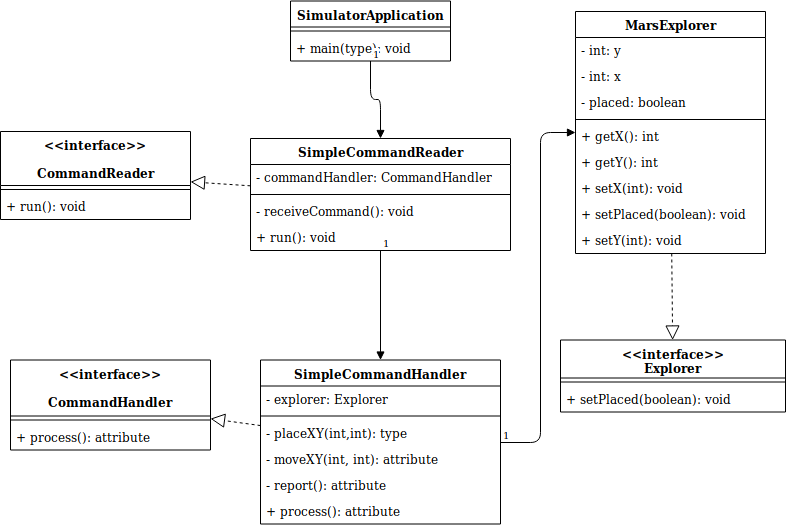
The draw.io diagram UML.png in Animalone/Mars_Simulator, before a commit. Source tidied: cells renumbered, new cells last; positions are measured from the earlier drawing's top-left corner, leaving out a move shared by most shapes.
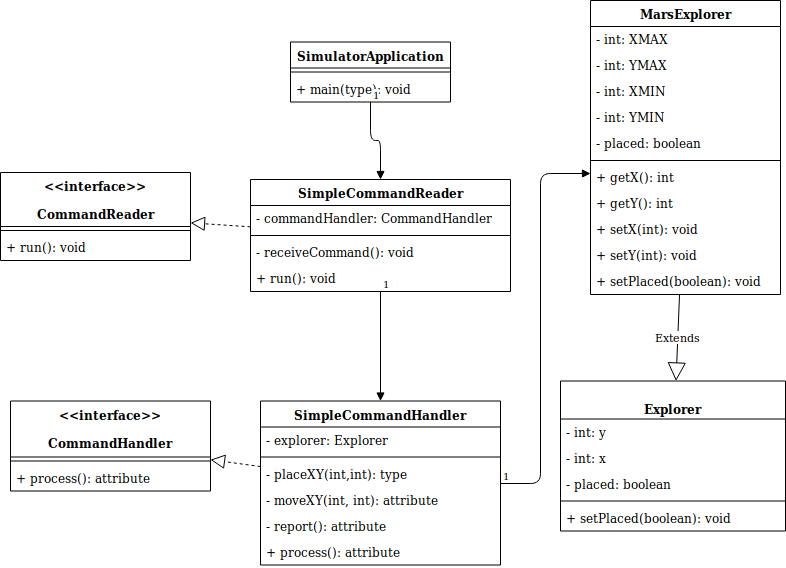
The same diagram one commit later.

Commit message:
refine UML, change Explorer from an interface to a parent class

The edit, as a diff of the source:
```diff
@@ -21,35 +21,41 @@
       <mxGeometry y="34" width="160" height="26" as="geometry" />
     </mxCell>
     <mxCell id="8" value="MarsExplorer" style="swimlane;fontStyle=1;align=center;verticalAlign=top;horizontal=1;startSize=26;" parent="1" vertex="1">
-      <mxGeometry x="575" y="11" width="190" height="242" as="geometry" />
+      <mxGeometry x="590" y="-41" width="190" height="294" as="geometry" />
     </mxCell>
-    <mxCell id="9" value="- int: y" style="text;strokeColor=none;fillColor=none;align=left;verticalAlign=top;spacingLeft=4;spacingRight=4;overflow=hidden;" parent="8" vertex="1">
-      <mxGeometry y="26" width="190" height="26" as="geometry" />
-    </mxCell>
-    <mxCell id="10" value="- int: x&#10;" style="text;strokeColor=none;fillColor=none;align=left;verticalAlign=top;spacingLeft=4;spacingRight=4;overflow=hidden;" parent="8" vertex="1">
-      <mxGeometry y="52" width="190" height="26" as="geometry" />
-    </mxCell>
+    <mxCell id="45" value="- int: XMAX&#10;" style="text;strokeColor=none;fillColor=none;align=left;verticalAlign=top;spacingLeft=4;spacingRight=4;overflow=hidden;" parent="8" vertex="1">
+      <mxGeometry y="26" width="190" height="26" as="geometry" />
+    </mxCell>
+    <mxCell id="46" value="- int: YMAX&#10;" style="text;strokeColor=none;fillColor=none;align=left;verticalAlign=top;spacingLeft=4;spacingRight=4;overflow=hidden;" parent="8" vertex="1">
+      <mxGeometry y="52" width="190" height="26" as="geometry" />
+    </mxCell>
+    <mxCell id="47" value="- int: XMIN&#10;" style="text;strokeColor=none;fillColor=none;align=left;verticalAlign=top;spacingLeft=4;spacingRight=4;overflow=hidden;" parent="8" vertex="1">
+      <mxGeometry y="78" width="190" height="26" as="geometry" />
+    </mxCell>
+    <mxCell id="48" value="- int: YMIN&#10;" style="text;strokeColor=none;fillColor=none;align=left;verticalAlign=top;spacingLeft=4;spacingRight=4;overflow=hidden;" parent="8" vertex="1">
+      <mxGeometry y="104" width="190" height="26" as="geometry" />
+    </mxCell>
     <mxCell id="11" value="- placed: boolean" style="text;strokeColor=none;fillColor=none;align=left;verticalAlign=top;spacingLeft=4;spacingRight=4;overflow=hidden;" parent="8" vertex="1">
-      <mxGeometry y="78" width="190" height="26" as="geometry" />
+      <mxGeometry y="130" width="190" height="26" as="geometry" />
     </mxCell>
     <mxCell id="12" style="line;strokeWidth=1;fillColor=none;align=left;verticalAlign=middle;spacingTop=-1;spacingLeft=3;spacingRight=3;labelPosition=right;" parent="8" vertex="1">
-      <mxGeometry y="104" width="190" height="8" as="geometry" />
+      <mxGeometry y="156" width="190" height="8" as="geometry" />
     </mxCell>
     <mxCell id="13" value="+ getX(): int" style="text;strokeColor=none;fillColor=none;align=left;verticalAlign=top;spacingLeft=4;spacingRight=4;overflow=hidden;" parent="8" vertex="1">
-      <mxGeometry y="112" width="190" height="26" as="geometry" />
+      <mxGeometry y="164" width="190" height="26" as="geometry" />
     </mxCell>
     <mxCell id="14" value="+ getY(): int" style="text;strokeColor=none;fillColor=none;align=left;verticalAlign=top;spacingLeft=4;spacingRight=4;overflow=hidden;" parent="8" vertex="1">
-      <mxGeometry y="138" width="190" height="26" as="geometry" />
+      <mxGeometry y="190" width="190" height="26" as="geometry" />
     </mxCell>
     <mxCell id="15" value="+ setX(int): void" style="text;strokeColor=none;fillColor=none;align=left;verticalAlign=top;spacingLeft=4;spacingRight=4;overflow=hidden;" parent="8" vertex="1">
-      <mxGeometry y="164" width="190" height="26" as="geometry" />
+      <mxGeometry y="216" width="190" height="26" as="geometry" />
     </mxCell>
+    <mxCell id="17" value="+ setY(int): void&#10;" style="text;strokeColor=none;fillColor=none;align=left;verticalAlign=top;spacingLeft=4;spacingRight=4;overflow=hidden;" parent="8" vertex="1">
+      <mxGeometry y="242" width="190" height="26" as="geometry" />
+    </mxCell>
     <mxCell id="16" value="+ setPlaced(boolean): void" style="text;strokeColor=none;fillColor=none;align=left;verticalAlign=top;spacingLeft=4;spacingRight=4;overflow=hidden;" parent="8" vertex="1">
-      <mxGeometry y="190" width="190" height="26" as="geometry" />
+      <mxGeometry y="268" width="190" height="26" as="geometry" />
     </mxCell>
-    <mxCell id="17" value="+ setY(int): void&#10;" style="text;strokeColor=none;fillColor=none;align=left;verticalAlign=top;spacingLeft=4;spacingRight=4;overflow=hidden;" parent="8" vertex="1">
-      <mxGeometry y="216" width="190" height="26" as="geometry" />
-    </mxCell>
     <mxCell id="18" value="SimpleCommandHandler" style="swimlane;fontStyle=1;align=center;verticalAlign=top;horizontal=1;startSize=26;" parent="1" vertex="1">
       <mxGeometry x="260" y="359.5" width="240" height="164" as="geometry" />
     </mxCell>
@@ -71,21 +77,27 @@
     <mxCell id="24" value="+ process(): attribute" style="text;strokeColor=none;fillColor=none;align=left;verticalAlign=top;spacingLeft=4;spacingRight=4;overflow=hidden;" parent="18" vertex="1">
       <mxGeometry y="138" width="240" height="26" as="geometry" />
     </mxCell>
-    <mxCell id="25" value="&lt;&lt;interface&gt;&gt;&#10;Explorer" style="swimlane;fontStyle=1;align=center;verticalAlign=top;horizontal=1;startSize=38;" parent="1" vertex="1">
-      <mxGeometry x="560" y="339.5" width="225" height="72" as="geometry" />
+    <mxCell id="25" value="&#10;Explorer" style="swimlane;fontStyle=1;align=center;verticalAlign=top;horizontal=1;startSize=38;" parent="1" vertex="1">
+      <mxGeometry x="560" y="339.5" width="225" height="150" as="geometry" />
     </mxCell>
+    <mxCell id="9" value="- int: y" style="text;strokeColor=none;fillColor=none;align=left;verticalAlign=top;spacingLeft=4;spacingRight=4;overflow=hidden;" parent="25" vertex="1">
+      <mxGeometry y="38" width="225" height="26" as="geometry" />
+    </mxCell>
+    <mxCell id="10" value="- int: x&#10;" style="text;strokeColor=none;fillColor=none;align=left;verticalAlign=top;spacingLeft=4;spacingRight=4;overflow=hidden;" parent="25" vertex="1">
+      <mxGeometry y="64" width="225" height="26" as="geometry" />
+    </mxCell>
+    <mxCell id="49" value="- placed: boolean" style="text;strokeColor=none;fillColor=none;align=left;verticalAlign=top;spacingLeft=4;spacingRight=4;overflow=hidden;" parent="25" vertex="1">
+      <mxGeometry y="90" width="225" height="26" as="geometry" />
+    </mxCell>
     <mxCell id="26" style="line;strokeWidth=1;fillColor=none;align=left;verticalAlign=middle;spacingTop=-1;spacingLeft=3;spacingRight=3;labelPosition=right;" parent="25" vertex="1">
-      <mxGeometry y="38" width="225" height="8" as="geometry" />
+      <mxGeometry y="116" width="225" height="8" as="geometry" />
     </mxCell>
     <mxCell id="27" value="+ setPlaced(boolean): void" style="text;strokeColor=none;fillColor=none;align=left;verticalAlign=top;spacingLeft=4;spacingRight=4;overflow=hidden;" parent="25" vertex="1">
-      <mxGeometry y="46" width="225" height="26" as="geometry" />
+      <mxGeometry y="124" width="225" height="26" as="geometry" />
     </mxCell>
     <mxCell id="28" style="endArrow=block;dashed=1;endFill=0;endSize=12;html=1;" parent="1" edge="1" source="18" target="2">
       <mxGeometry relative="1" as="geometry" />
     </mxCell>
-    <mxCell id="29" style="endArrow=block;dashed=1;endFill=0;endSize=12;html=1;" parent="1" edge="1" source="8" target="25">
-      <mxGeometry relative="1" as="geometry" />
-    </mxCell>
     <mxCell id="30" value="&lt;&lt;interface&gt;&gt;&#10;&#10;CommandReader" style="swimlane;fontStyle=1;align=center;verticalAlign=top;horizontal=1;startSize=54;" parent="1" vertex="1">
       <mxGeometry y="131" width="190" height="88" as="geometry" />
     </mxCell>
@@ -136,5 +148,8 @@
     <mxCell id="44" value="1" style="html=1;align=left;verticalAlign=bottom;labelBackgroundColor=#ffffff;fontSize=10;" parent="43" vertex="1">
       <mxGeometry x="-1" relative="1" as="geometry" />
     </mxCell>
+    <mxCell id="29" value="Extends" style="endArrow=block;endSize=16;endFill=0;html=1;" parent="1" edge="1" source="8" target="25">
+      <mxGeometry relative="1" as="geometry" />
+    </mxCell>
   </root>
 </mxGraphModel>
```
